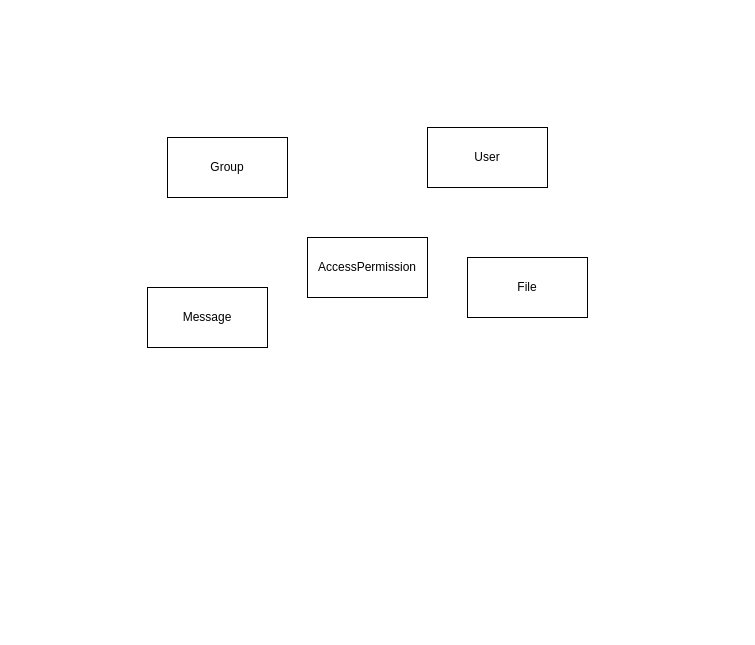
This is ER.drawio from MohsenDehghankar/db-project, a draw.io file, before an edit. Source tidied: cells renumbered, new cells numbered last; positions are measured from the earlier drawing's top-left corner, leaving out a move shared by most shapes. Both pictures are drawn from the tidied source at 100%, with x=0, y=0 at pixel (147, 127).
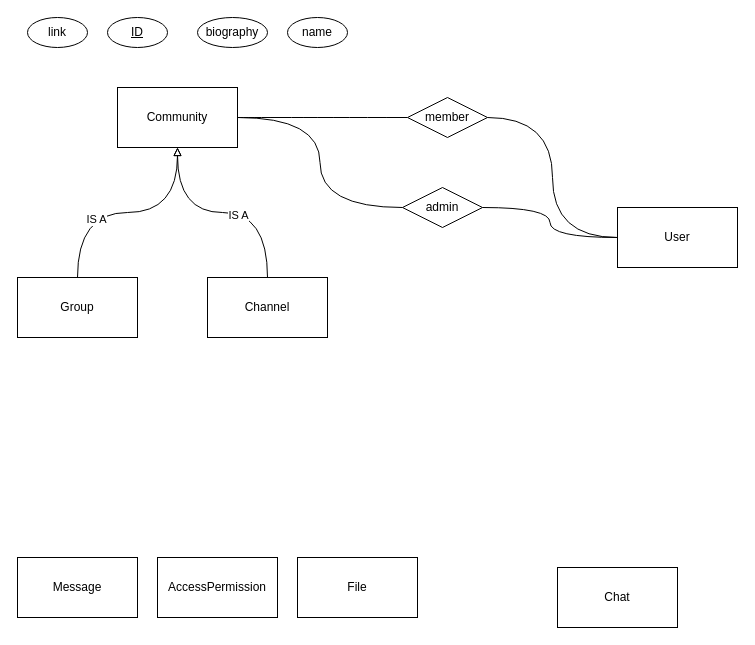
The same diagram, later.

Diff of the diagram source:
```diff
@@
-    <mxCell id="2" style="rounded=0;whiteSpace=wrap;html=1;" parent="1" vertex="1">
-      <mxGeometry x="20" y="10" width="120" height="60" as="geometry" />
-    </mxCell>
+    <mxCell id="8" style="edgeStyle=orthogonalEdgeStyle;curved=1;rounded=0;jettySize=auto;html=1;exitX=0.5;exitY=0;exitDx=0;exitDy=0;startArrow=none;startFill=0;endArrow=block;endFill=0;strokeColor=#000000;entryX=0.5;entryY=1;entryDx=0;entryDy=0;" parent="1" edge="1" source="3" target="21">
+      <mxGeometry relative="1" as="geometry" />
+    </mxCell>
+    <mxCell id="9" value="IS A" style="edgeLabel;html=1;align=center;verticalAlign=middle;" parent="8" vertex="1">
+      <mxGeometry x="-0.28" y="-6" relative="1" as="geometry" />
+    </mxCell>
     <mxCell id="3" value="Group" style="rounded=0;whiteSpace=wrap;html=1;" parent="1" vertex="1">
-      <mxGeometry x="20" y="10" width="120" height="60" as="geometry" />
+      <mxGeometry x="-130" y="150" width="120" height="60" as="geometry" />
     </mxCell>
+    <mxCell id="10" style="edgeStyle=orthogonalEdgeStyle;curved=1;jettySize=auto;html=1;exitX=0;exitY=0.5;exitDx=0;exitDy=0;entryX=1;entryY=0.5;entryDx=0;entryDy=0;startArrow=none;startFill=0;endArrow=none;endFill=0;strokeColor=#000000;" parent="1" edge="1" source="4" target="22">
+      <mxGeometry relative="1" as="geometry" />
+    </mxCell>
+    <mxCell id="11" style="edgeStyle=orthogonalEdgeStyle;curved=1;jettySize=auto;html=1;exitX=0;exitY=0.5;exitDx=0;exitDy=0;entryX=1;entryY=0.5;entryDx=0;entryDy=0;startArrow=none;startFill=0;endArrow=none;endFill=0;strokeColor=#000000;" parent="1" edge="1" source="4" target="24">
+      <mxGeometry relative="1" as="geometry" />
+    </mxCell>
     <mxCell id="4" value="User" style="rounded=0;whiteSpace=wrap;html=1;" parent="1" vertex="1">
-      <mxGeometry x="280" width="120" height="60" as="geometry" />
+      <mxGeometry x="470" y="80" width="120" height="60" as="geometry" />
     </mxCell>
     <mxCell id="5" value="Message" style="rounded=0;whiteSpace=wrap;html=1;" parent="1" vertex="1">
-      <mxGeometry y="160" width="120" height="60" as="geometry" />
+      <mxGeometry x="-130" y="430" width="120" height="60" as="geometry" />
     </mxCell>
     <mxCell id="6" value="AccessPermission" style="rounded=0;whiteSpace=wrap;html=1;" parent="1" vertex="1">
-      <mxGeometry x="160" y="110" width="120" height="60" as="geometry" />
+      <mxGeometry x="10" y="430" width="120" height="60" as="geometry" />
     </mxCell>
     <mxCell id="7" value="File" style="rounded=0;whiteSpace=wrap;html=1;" parent="1" vertex="1">
-      <mxGeometry x="320" y="130" width="120" height="60" as="geometry" />
+      <mxGeometry x="150" y="430" width="120" height="60" as="geometry" />
     </mxCell>
+    <mxCell id="12" style="edgeStyle=orthogonalEdgeStyle;curved=1;rounded=0;jettySize=auto;html=1;entryX=0.5;entryY=1;entryDx=0;entryDy=0;startArrow=none;startFill=0;endArrow=block;endFill=0;strokeColor=#000000;" parent="1" edge="1" source="14" target="21">
+      <mxGeometry relative="1" as="geometry" />
+    </mxCell>
+    <mxCell id="13" value="IS A" style="edgeLabel;html=1;align=center;verticalAlign=middle;" parent="12" vertex="1">
+      <mxGeometry x="-0.14" y="2" relative="1" as="geometry" />
+    </mxCell>
+    <mxCell id="14" value="Channel" style="rounded=0;whiteSpace=wrap;html=1;" parent="1" vertex="1">
+      <mxGeometry x="60" y="150" width="120" height="60" as="geometry" />
+    </mxCell>
+    <mxCell id="15" value="Chat" style="rounded=0;whiteSpace=wrap;html=1;" parent="1" vertex="1">
+      <mxGeometry x="410" y="440" width="120" height="60" as="geometry" />
+    </mxCell>
+    <mxCell id="16" value="&lt;u&gt;ID&lt;/u&gt;" style="ellipse;whiteSpace=wrap;html=1;" parent="1" vertex="1">
+      <mxGeometry x="-40" y="-110" width="60" height="30" as="geometry" />
+    </mxCell>
+    <mxCell id="17" value="name" style="ellipse;whiteSpace=wrap;html=1;" parent="1" vertex="1">
+      <mxGeometry x="140" y="-110" width="60" height="30" as="geometry" />
+    </mxCell>
+    <mxCell id="18" value="biography" style="ellipse;whiteSpace=wrap;html=1;" parent="1" vertex="1">
+      <mxGeometry x="50" y="-110" width="70" height="30" as="geometry" />
+    </mxCell>
+    <mxCell id="19" value="link" style="ellipse;whiteSpace=wrap;html=1;" parent="1" vertex="1">
+      <mxGeometry x="-120" y="-110" width="60" height="30" as="geometry" />
+    </mxCell>
+    <mxCell id="20" style="edgeStyle=orthogonalEdgeStyle;jettySize=auto;html=1;exitX=1;exitY=0.5;exitDx=0;exitDy=0;entryX=0;entryY=0.5;entryDx=0;entryDy=0;startArrow=none;startFill=0;endArrow=none;endFill=0;strokeColor=#000000;curved=1;" parent="1" edge="1" source="21" target="22">
+      <mxGeometry relative="1" as="geometry" />
+    </mxCell>
+    <mxCell id="21" value="Community" style="rounded=0;whiteSpace=wrap;html=1;" parent="1" vertex="1">
+      <mxGeometry x="-30" y="-40" width="120" height="60" as="geometry" />
+    </mxCell>
+    <mxCell id="22" value="member" style="rhombus;whiteSpace=wrap;html=1;" parent="1" vertex="1">
+      <mxGeometry x="260" y="-30" width="80" height="40" as="geometry" />
+    </mxCell>
+    <mxCell id="23" style="edgeStyle=orthogonalEdgeStyle;curved=1;jettySize=auto;html=1;exitX=0;exitY=0.5;exitDx=0;exitDy=0;entryX=1;entryY=0.5;entryDx=0;entryDy=0;startArrow=none;startFill=0;endArrow=none;endFill=0;strokeColor=#000000;" parent="1" edge="1" source="24" target="21">
+      <mxGeometry relative="1" as="geometry" />
+    </mxCell>
+    <mxCell id="24" value="admin" style="rhombus;whiteSpace=wrap;html=1;" parent="1" vertex="1">
+      <mxGeometry x="255" y="60" width="80" height="40" as="geometry" />
+    </mxCell>
```
